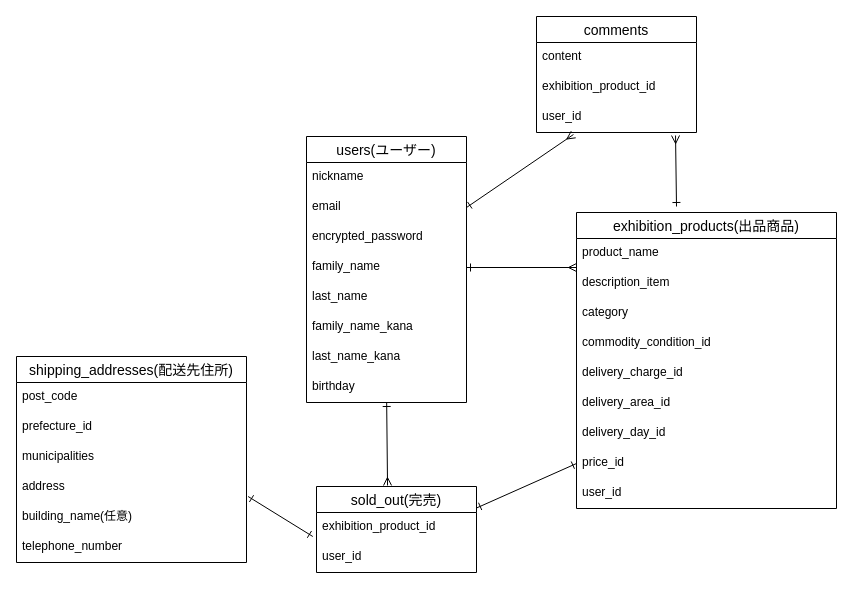
The draw.io diagram .dio in chikati3/furima-38800, before the edit. Source tidied: cells renumbered, new cells numbered last; positions are measured from the earlier drawing's top-left corner, leaving out a move shared by most shapes. Both pictures are drawn from the tidied source at 100%, with x=0, y=0 at pixel (16, 16).
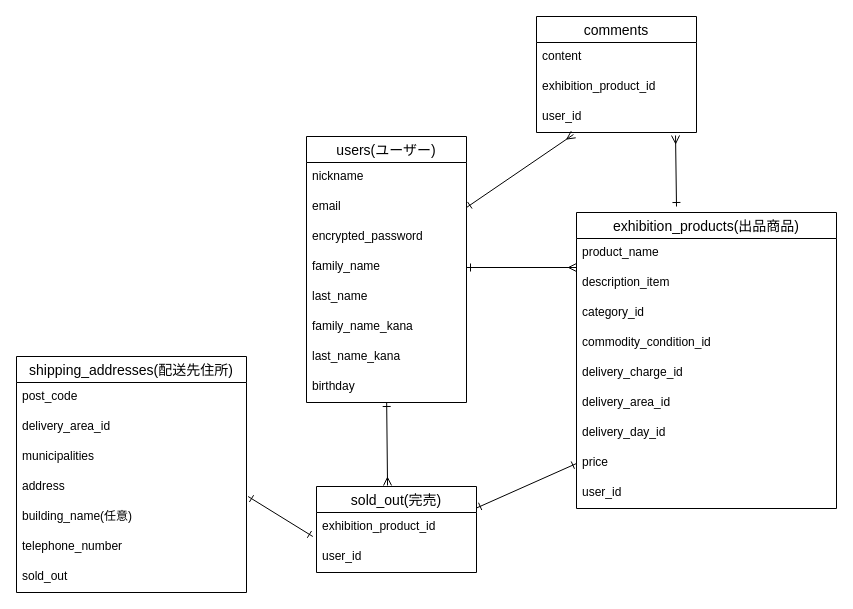
The same diagram, later.

Commit message (it also covers changes not shown here):
データベース設計修正3

The change refers to these unchanged cells:
```xml
<mxCell id="12" value="exhibition_products(出品商品)" style="swimlane;fontStyle=0;horizontal=1;startSize=26;align=center;fontSize=14;" parent="1" vertex="1">
  <mxGeometry x="560" y="196" width="260" height="296" as="geometry" />
</mxCell>
```

Change to the diagram source:
```diff
@@
-    <mxCell id="15" value="category" style="text;strokeColor=none;fillColor=none;spacingLeft=4;spacingRight=4;overflow=hidden;fontSize=12;" parent="12" vertex="1">
+    <mxCell id="15" value="category_id" style="text;strokeColor=none;fillColor=none;spacingLeft=4;spacingRight=4;overflow=hidden;fontSize=12;" parent="12" vertex="1">
       <mxGeometry y="86" width="260" height="30" as="geometry" />
     </mxCell>
@@
-    <mxCell id="20" value="price_id" style="text;strokeColor=none;fillColor=none;spacingLeft=4;spacingRight=4;overflow=hidden;points=[[0,0.5],[1,0.5]];portConstraint=eastwest;fontSize=12;" parent="12" vertex="1">
+    <mxCell id="20" value="price" style="text;strokeColor=none;fillColor=none;spacingLeft=4;spacingRight=4;overflow=hidden;points=[[0,0.5],[1,0.5]];portConstraint=eastwest;fontSize=12;" parent="12" vertex="1">
       <mxGeometry y="236" width="260" height="30" as="geometry" />
     </mxCell>
@@
     <mxCell id="25" value="shipping_addresses(配送先住所)" style="swimlane;fontStyle=0;horizontal=1;startSize=26;align=center;fontSize=14;" parent="1" vertex="1">
-      <mxGeometry y="340" width="230" height="206" as="geometry" />
+      <mxGeometry y="340" width="230" height="236" as="geometry" />
     </mxCell>
@@
-    <mxCell id="27" value="prefecture_id" style="text;strokeColor=none;fillColor=none;spacingLeft=4;spacingRight=4;overflow=hidden;fontSize=12;" parent="25" vertex="1">
+    <mxCell id="27" value="delivery_area_id" style="text;strokeColor=none;fillColor=none;spacingLeft=4;spacingRight=4;overflow=hidden;fontSize=12;" parent="25" vertex="1">
       <mxGeometry y="56" width="230" height="30" as="geometry" />
     </mxCell>
@@
+    <mxCell id="41" value="sold_out" style="text;strokeColor=none;fillColor=none;spacingLeft=4;spacingRight=4;overflow=hidden;fontSize=12;" parent="25" vertex="1">
+      <mxGeometry y="206" width="230" height="30" as="geometry" />
+    </mxCell>
```
